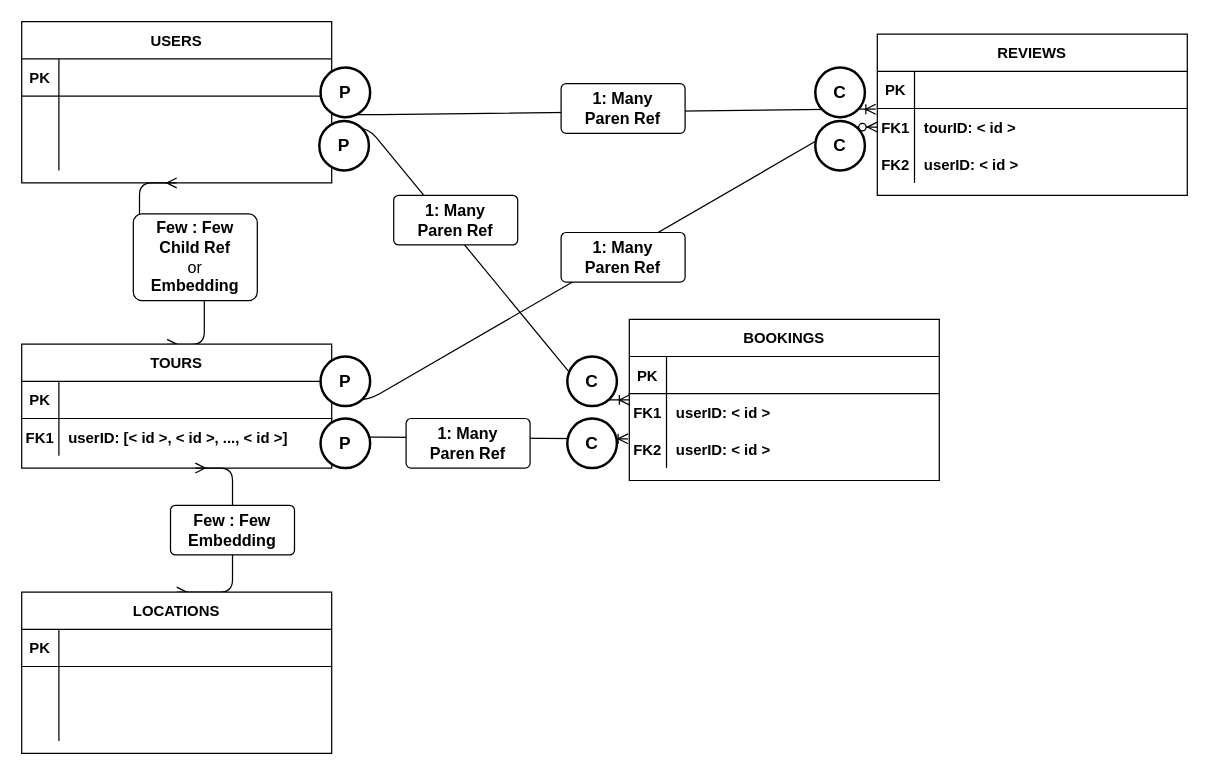
The draw.io diagram Untitled Diagram.drawio in hoanthptvn/document-kien, before the edit. Source tidied: cells renumbered, new cells numbered last; positions are measured from the earlier drawing's top-left corner, leaving out a move shared by most shapes. Both pictures are drawn from the tidied source at 124%, with x=0, y=0 at pixel (21, 21).
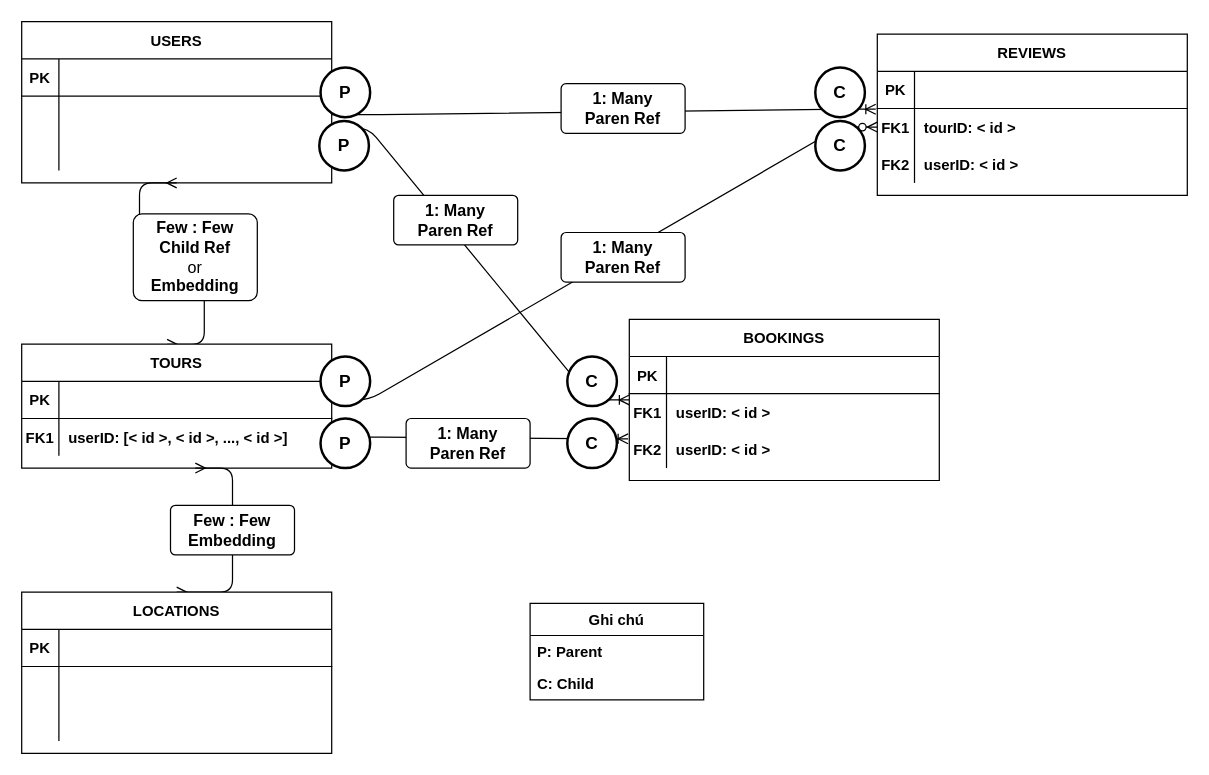
The same diagram, later.

What changed in the source:
```diff
@@
+    <mxCell id="69" value="Ghi chú" style="swimlane;fontStyle=1;horizontal=1;startSize=26;fillColor=none;" parent="1" vertex="1">
+      <mxGeometry x="410" y="469" width="140" height="78" as="geometry" />
+    </mxCell>
+    <mxCell id="70" value="P: Parent" style="text;strokeColor=none;fillColor=none;align=left;verticalAlign=top;spacingLeft=4;spacingRight=4;overflow=hidden;fontStyle=1;" parent="69" vertex="1">
+      <mxGeometry y="26" width="140" height="26" as="geometry" />
+    </mxCell>
+    <mxCell id="71" value="C: Child" style="text;strokeColor=none;fillColor=none;align=left;verticalAlign=top;spacingLeft=4;spacingRight=4;overflow=hidden;fontStyle=1;" parent="69" vertex="1">
+      <mxGeometry y="52" width="140" height="26" as="geometry" />
+    </mxCell>
```
